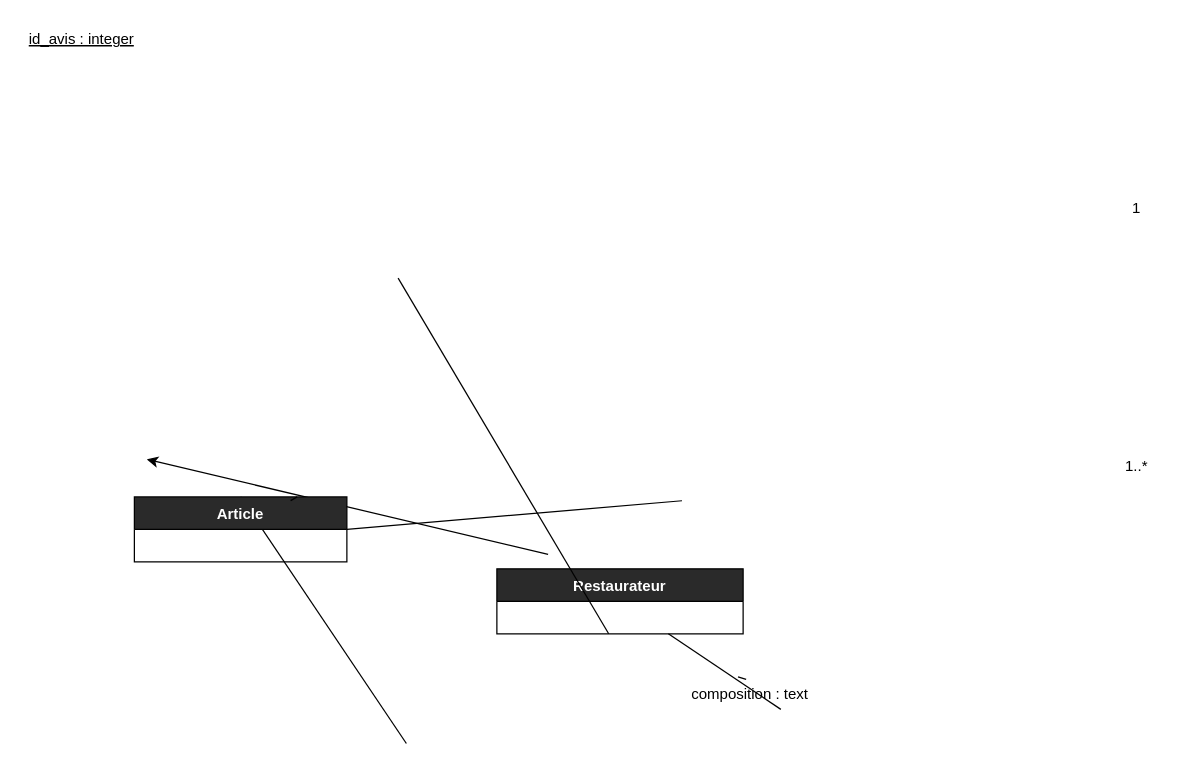
TheAIWizard/Ensaeats keeps this draw.io diagram as diagrammes/diagramme_logique.drawio. Above is the earlier version. Source tidied: cells renumbered, new cells numbered last; positions are measured from the earlier drawing's top-left corner, leaving out a move shared by most shapes. Both pictures are drawn from the tidied source at 125%, with x=0, y=0 at pixel (21, 21).
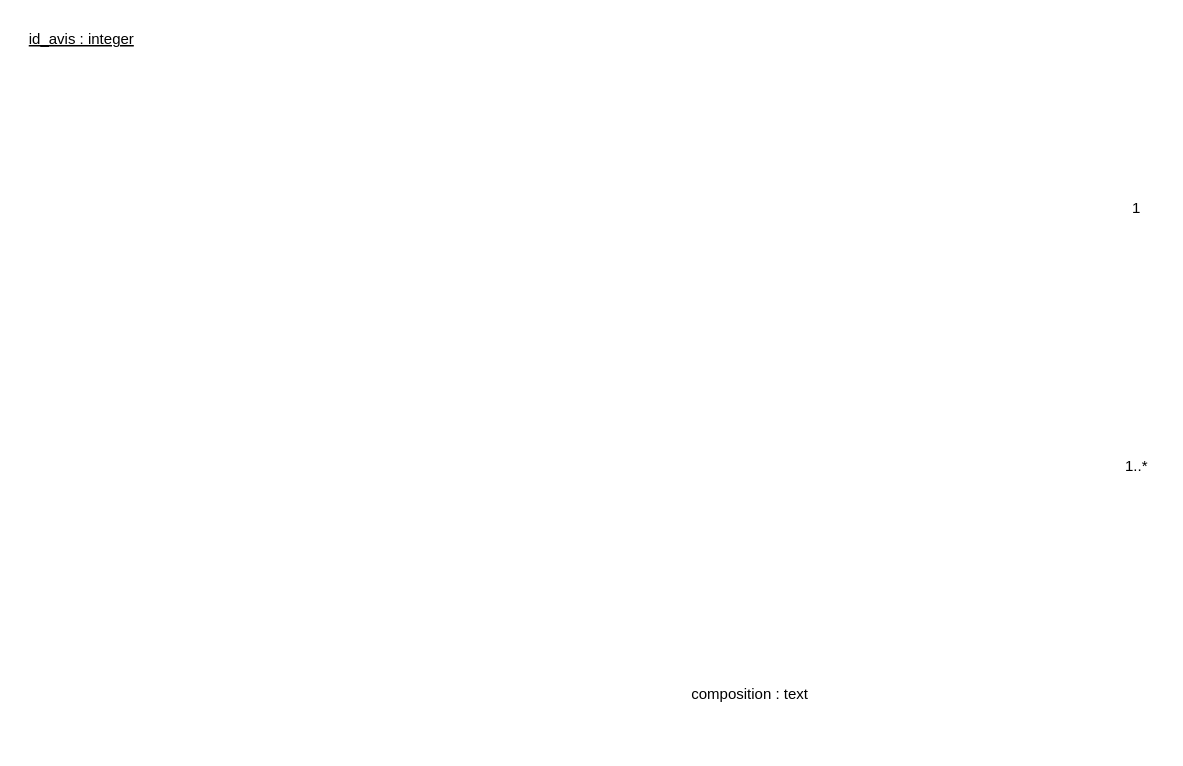
After the change.

Commit message:
diag logique

Diff of the diagram source:
```diff
@@
 <mxGraphModel>
   <root>
     <mxCell id="0" />
     <mxCell id="1" parent="0" />
     <mxCell id="2" value="&lt;font color=&quot;#000000&quot;&gt;1&lt;/font&gt;" style="text;html=1;strokeColor=none;fillColor=none;align=center;verticalAlign=middle;whiteSpace=wrap;rounded=1;arcSize=0;" parent="1" vertex="1">
       <mxGeometry x="872" y="139" width="40" height="20" as="geometry" />
     </mxCell>
     <mxCell id="3" value="&lt;font color=&quot;#000000&quot;&gt;1..*&lt;/font&gt;" style="text;html=1;strokeColor=none;fillColor=none;align=center;verticalAlign=middle;whiteSpace=wrap;rounded=1;arcSize=0;" parent="1" vertex="1">
       <mxGeometry x="872" y="346" width="40" height="20" as="geometry" />
     </mxCell>
-    <mxCell id="4" style="endArrow=none;html=1;strokeColor=#000000;entryX=0.454;entryY=1;entryDx=0;entryDy=0;entryPerimeter=0;startArrow=none;" parent="1" edge="1" source="9">
-      <mxGeometry relative="1" as="geometry">
-        <mxPoint x="579.4" y="526" as="targetPoint" />
-      </mxGeometry>
-    </mxCell>
-    <mxCell id="5" style="edgeStyle=none;html=1;exitX=0.5;exitY=0;exitDx=0;exitDy=0;entryX=0.583;entryY=1.049;entryDx=0;entryDy=0;entryPerimeter=0;endArrow=none;endFill=0;strokeColor=#000000;" parent="1" edge="1" source="11">
-      <mxGeometry relative="1" as="geometry">
-        <mxPoint x="307.6" y="577.3" as="targetPoint" />
-      </mxGeometry>
-    </mxCell>
-    <mxCell id="6" style="edgeStyle=none;html=1;exitX=1;exitY=1;exitDx=0;exitDy=0;" parent="1" edge="1">
-      <mxGeometry relative="1" as="geometry">
-        <mxPoint x="421" y="426" as="sourcePoint" />
-        <mxPoint x="100" y="350" as="targetPoint" />
-      </mxGeometry>
-    </mxCell>
-    <mxCell id="7" style="edgeStyle=none;html=1;exitX=1;exitY=0.5;exitDx=0;exitDy=0;endArrow=none;endFill=0;strokeColor=#000000;startArrow=none;" parent="1" edge="1" source="11">
-      <mxGeometry relative="1" as="geometry">
-        <mxPoint x="528.1" y="383.1" as="targetPoint" />
-      </mxGeometry>
-    </mxCell>
     <mxCell id="8" value="id_avis : integer" style="text;strokeColor=none;fillColor=none;align=left;verticalAlign=top;spacingLeft=4;spacingRight=4;overflow=hidden;fontStyle=4;fontColor=#000000;" parent="1" vertex="1">
       <mxGeometry width="171" height="26" as="geometry" />
     </mxCell>
     <mxCell id="9" value="composition : text" style="text;strokeColor=none;fillColor=none;align=left;verticalAlign=top;spacingLeft=4;spacingRight=4;overflow=hidden;points=[[0,0.5],[1,0.5]];portConstraint=eastwest;rounded=0;shadow=0;glass=0;sketch=0;fontColor=#000000;" parent="1" vertex="1">
       <mxGeometry x="530" y="524" width="170" height="26" as="geometry" />
     </mxCell>
-    <mxCell id="10" style="endArrow=none;html=1;strokeColor=#000000;entryX=0.454;entryY=1;entryDx=0;entryDy=0;entryPerimeter=0;startArrow=none;" parent="1" edge="1" source="13" target="9">
-      <mxGeometry relative="1" as="geometry" />
-    </mxCell>
-    <mxCell id="11" value="Article" style="swimlane;fontStyle=1;horizontal=1;startSize=26;rounded=0;shadow=0;glass=0;sketch=0;fillColor=#2a2a2a;fontColor=#FFFFFF;" parent="1" vertex="1">
-      <mxGeometry x="90" y="380" width="170" height="52" as="geometry" />
-    </mxCell>
-    <mxCell id="12" style="edgeStyle=none;html=1;exitX=1;exitY=0.5;exitDx=0;exitDy=0;endArrow=none;endFill=0;strokeColor=#000000;" parent="1" edge="1" target="11">
-      <mxGeometry relative="1" as="geometry">
-        <mxPoint x="215" y="383" as="sourcePoint" />
-      </mxGeometry>
-    </mxCell>
-    <mxCell id="13" value="Restaurateur" style="swimlane;fontStyle=1;horizontal=1;startSize=26;rounded=0;shadow=0;glass=0;sketch=0;fillColor=#2a2a2a;fontColor=#FFFFFF;" parent="1" vertex="1">
-      <mxGeometry x="380" y="437.5" width="197" height="52" as="geometry" />
-    </mxCell>
-    <mxCell id="14" style="endArrow=none;html=1;strokeColor=#000000;entryX=0.454;entryY=1;entryDx=0;entryDy=0;entryPerimeter=0;" parent="1" edge="1" target="13">
-      <mxGeometry relative="1" as="geometry">
-        <mxPoint x="301" y="205" as="sourcePoint" />
-      </mxGeometry>
-    </mxCell>
   </root>
 </mxGraphModel>
```
